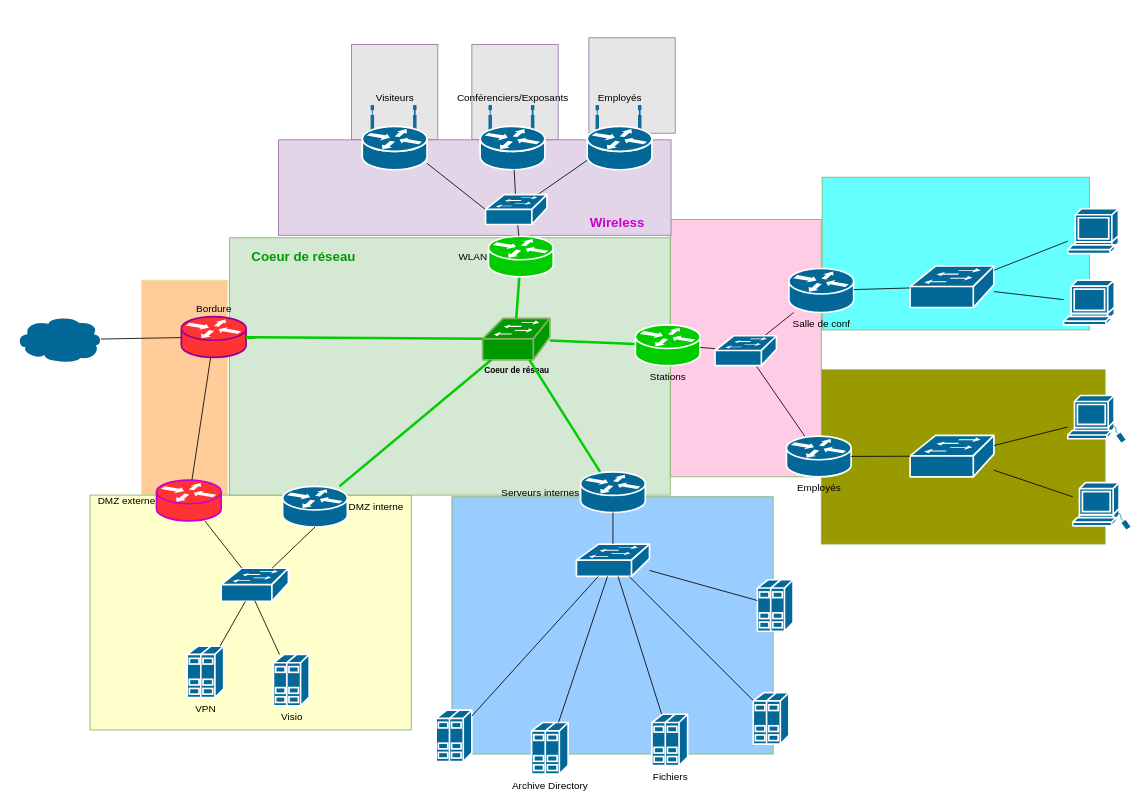
Before: page "Network_Topology" (2 of 2) of TP_2/schema.drawio in noraaguili/epsi-asrc-b2m2-tp2-projet, a draw.io diagram. Source tidied: cells renumbered, new cells numbered last; positions are measured from the earlier drawing's top-left corner, leaving out a move shared by most shapes. Both pictures are drawn from the tidied source at 83%, with x=0, y=0 at pixel (15, 37).
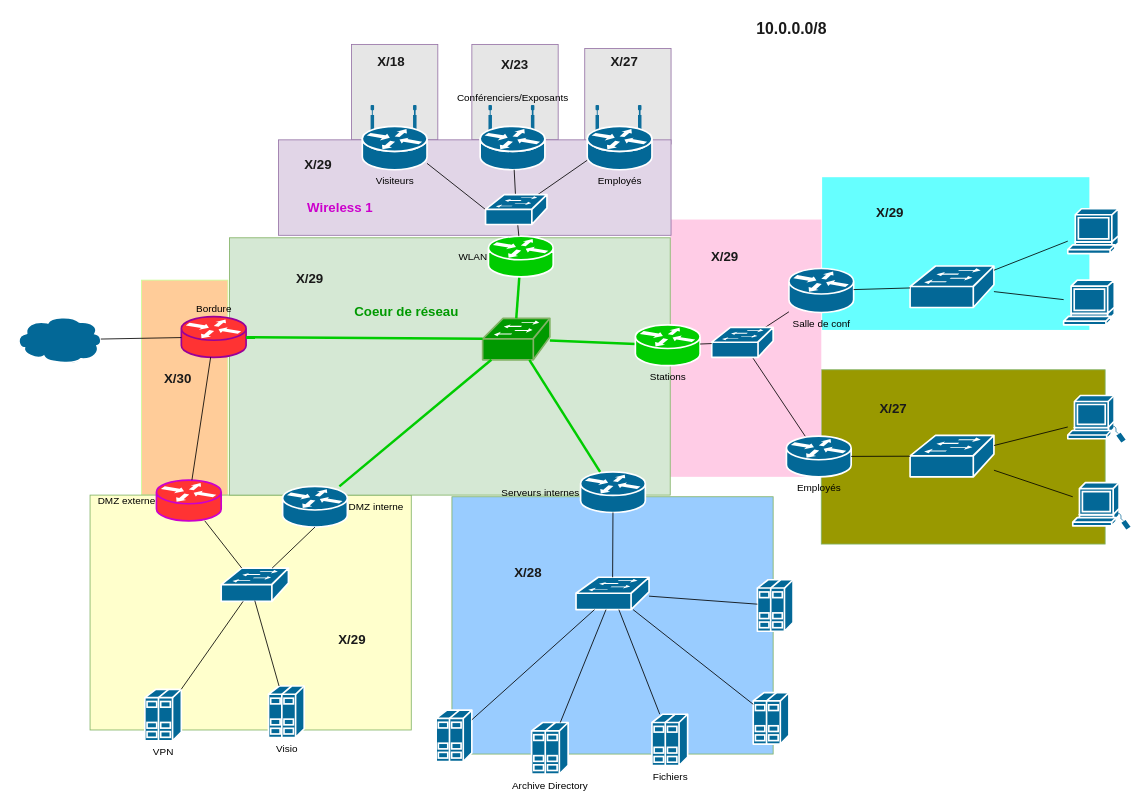
The same page after the edit.

Change to the diagram source:
```diff
@@
-    <mxCell id="4" style="rounded=0;whiteSpace=wrap;html=1;strokeColor=#82b366;fontSize=10;fillColor=#66FFFF;" parent="1" vertex="1">
+    <mxCell id="4" style="rounded=0;whiteSpace=wrap;html=1;strokeColor=none;fontSize=10;fillColor=#66FFFF;" parent="1" vertex="1">
       <mxGeometry x="972" y="168" width="322" height="184" as="geometry" />
     </mxCell>
-    <mxCell id="5" style="rounded=0;whiteSpace=wrap;html=1;strokeColor=#82b366;fontSize=10;fillColor=#FFCCE6;" parent="1" vertex="1">
+    <mxCell id="5" style="rounded=0;whiteSpace=wrap;html=1;strokeColor=none;fontSize=10;fillColor=#FFCCE6;" parent="1" vertex="1">
       <mxGeometry x="789" y="219" width="182" height="310" as="geometry" />
     </mxCell>
@@
     <mxCell id="10" style="rounded=0;whiteSpace=wrap;html=1;strokeColor=#9673a6;fontSize=10;fillColor=#E6E6E6;" parent="1" vertex="1">
-      <mxGeometry x="691" width="104" height="115" as="geometry" />
+      <mxGeometry x="686" y="13" width="104" height="115" as="geometry" />
     </mxCell>
@@
-    <mxCell id="13" value="Visiteurs" style="shape=mxgraph.cisco.routers.wireless_router;sketch=0;html=1;dashed=0;fillColor=#036897;strokeColor=#ffffff;strokeWidth=2;verticalLabelPosition=top;verticalAlign=bottom;align=center;outlineConnect=0;labelPosition=center;" parent="1" vertex="1">
+    <mxCell id="13" value="Visiteurs" style="shape=mxgraph.cisco.routers.wireless_router;sketch=0;html=1;dashed=0;fillColor=#036897;strokeColor=#ffffff;strokeWidth=2;verticalLabelPosition=bottom;verticalAlign=top;align=center;outlineConnect=0;labelPosition=center;" parent="1" vertex="1">
       <mxGeometry x="418" y="82" width="78" height="77" as="geometry" />
     </mxCell>
@@
     <mxCell id="28" style="shape=mxgraph.cisco.switches.workgroup_switch;sketch=0;html=1;dashed=0;fillColor=#036897;strokeColor=#ffffff;strokeWidth=2;verticalLabelPosition=bottom;verticalAlign=top;align=center;outlineConnect=0;" parent="1" vertex="1">
-      <mxGeometry x="676" y="610" width="88" height="39" as="geometry" />
+      <mxGeometry x="675.5" y="650" width="88" height="39" as="geometry" />
     </mxCell>
@@
     <mxCell id="39" value="Visio" style="shape=mxgraph.cisco.servers.standard_host;sketch=0;html=1;dashed=0;fillColor=#036897;strokeColor=#ffffff;strokeWidth=2;verticalLabelPosition=bottom;verticalAlign=top;align=center;outlineConnect=0;" parent="1" vertex="1">
-      <mxGeometry x="311" y="743" width="43" height="62" as="geometry" />
+      <mxGeometry x="305" y="781" width="43" height="62" as="geometry" />
     </mxCell>
     <mxCell id="40" value="VPN" style="shape=mxgraph.cisco.servers.standard_host;sketch=0;html=1;dashed=0;fillColor=#036897;strokeColor=#ffffff;strokeWidth=2;verticalLabelPosition=bottom;verticalAlign=top;align=center;outlineConnect=0;" parent="1" vertex="1">
-      <mxGeometry x="207" y="733" width="44" height="62" as="geometry" />
+      <mxGeometry x="156" y="785" width="44" height="62" as="geometry" />
     </mxCell>
@@
-    <mxCell id="47" value="Coeur de réseau" style="shape=mxgraph.cisco.switches.workgroup_switch;sketch=0;html=1;dashed=0;fillColor=#009900;strokeColor=#82b366;strokeWidth=2;verticalLabelPosition=bottom;verticalAlign=top;align=center;outlineConnect=0;labelPosition=center;fontSize=10;fontStyle=1;" parent="1" vertex="1">
+    <mxCell id="47" style="shape=mxgraph.cisco.switches.workgroup_switch;sketch=0;html=1;dashed=0;fillColor=#009900;strokeColor=#82b366;strokeWidth=2;verticalLabelPosition=bottom;verticalAlign=top;align=center;outlineConnect=0;labelPosition=center;fontSize=10;fontStyle=1;" parent="1" vertex="1">
       <mxGeometry x="563" y="338" width="81" height="50" as="geometry" />
     </mxCell>
@@
-    <mxCell id="52" value="Employés" style="shape=mxgraph.cisco.routers.wireless_router;sketch=0;html=1;dashed=0;fillColor=#036897;strokeColor=#ffffff;strokeWidth=2;verticalLabelPosition=top;verticalAlign=bottom;align=center;outlineConnect=0;labelPosition=center;" parent="1" vertex="1">
+    <mxCell id="52" value="Employés" style="shape=mxgraph.cisco.routers.wireless_router;sketch=0;html=1;dashed=0;fillColor=#036897;strokeColor=#ffffff;strokeWidth=2;verticalLabelPosition=bottom;verticalAlign=top;align=center;outlineConnect=0;labelPosition=center;" parent="1" vertex="1">
       <mxGeometry x="689" y="82" width="78" height="77" as="geometry" />
     </mxCell>
@@
     <mxCell id="69" value="&lt;b style=&quot;font-size: 16px;&quot;&gt;&lt;font color=&quot;#009900&quot; style=&quot;font-size: 16px;&quot;&gt;Coeur de réseau&lt;/font&gt;&lt;/b&gt;" style="text;html=1;strokeColor=none;fillColor=none;align=center;verticalAlign=middle;whiteSpace=wrap;rounded=0;fontSize=16;" parent="1" vertex="1">
-      <mxGeometry x="256" y="247.5" width="183" height="32" as="geometry" />
+      <mxGeometry x="380" y="314" width="183" height="32" as="geometry" />
     </mxCell>
-    <mxCell id="70" value="&lt;b style=&quot;font-size: 16px;&quot;&gt;&lt;font style=&quot;font-size: 16px;&quot;&gt;Wireless&lt;/font&gt;&lt;/b&gt;" style="text;html=1;strokeColor=none;fillColor=none;align=center;verticalAlign=middle;whiteSpace=wrap;rounded=0;fontSize=16;fontColor=#CC00CC;" parent="1" vertex="1">
-      <mxGeometry x="634" y="206" width="183" height="32" as="geometry" />
+    <mxCell id="70" value="&lt;b style=&quot;font-size: 16px;&quot;&gt;&lt;font style=&quot;font-size: 16px;&quot;&gt;Wireless 1&lt;/font&gt;&lt;/b&gt;" style="text;html=1;strokeColor=none;fillColor=none;align=center;verticalAlign=middle;whiteSpace=wrap;rounded=0;fontSize=16;fontColor=#CC00CC;" parent="1" vertex="1">
+      <mxGeometry x="300" y="189" width="183" height="32" as="geometry" />
     </mxCell>
     <mxCell id="71" style="shape=mxgraph.cisco.switches.workgroup_switch;sketch=0;html=1;dashed=0;fillColor=#036897;strokeColor=#ffffff;strokeWidth=2;verticalLabelPosition=bottom;verticalAlign=top;align=center;outlineConnect=0;" parent="1" vertex="1">
-      <mxGeometry x="843" y="359" width="74" height="36" as="geometry" />
+      <mxGeometry x="839" y="349" width="74" height="36" as="geometry" />
     </mxCell>
@@
+    <mxCell id="75" value="X/18" style="text;html=1;strokeColor=none;fillColor=none;align=center;verticalAlign=middle;whiteSpace=wrap;rounded=0;fontSize=16;fontColor=#1A1A1A;fontStyle=1;" parent="1" vertex="1">
+      <mxGeometry x="423" y="13" width="60" height="30" as="geometry" />
+    </mxCell>
+    <mxCell id="76" value="X/23" style="text;html=1;strokeColor=none;fillColor=none;align=center;verticalAlign=middle;whiteSpace=wrap;rounded=0;fontSize=16;fontColor=#1A1A1A;fontStyle=1;" parent="1" vertex="1">
+      <mxGeometry x="572" y="17" width="60" height="30" as="geometry" />
+    </mxCell>
+    <mxCell id="77" value="X/27" style="text;html=1;strokeColor=none;fillColor=none;align=center;verticalAlign=middle;whiteSpace=wrap;rounded=0;fontSize=16;fontColor=#1A1A1A;fontStyle=1;" parent="1" vertex="1">
+      <mxGeometry x="703.5" y="13" width="60" height="30" as="geometry" />
+    </mxCell>
+    <mxCell id="78" value="X/29" style="text;html=1;strokeColor=none;fillColor=none;align=center;verticalAlign=middle;whiteSpace=wrap;rounded=0;fontSize=16;fontColor=#1A1A1A;fontStyle=1;" parent="1" vertex="1">
+      <mxGeometry x="335" y="138" width="60" height="30" as="geometry" />
+    </mxCell>
+    <mxCell id="79" value="X/30" style="text;html=1;strokeColor=none;fillColor=none;align=center;verticalAlign=middle;whiteSpace=wrap;rounded=0;fontSize=16;fontColor=#1A1A1A;fontStyle=1;" parent="1" vertex="1">
+      <mxGeometry x="166" y="395" width="60" height="30" as="geometry" />
+    </mxCell>
+    <mxCell id="80" value="X/29" style="text;html=1;strokeColor=none;fillColor=none;align=center;verticalAlign=middle;whiteSpace=wrap;rounded=0;fontSize=16;fontColor=#1A1A1A;fontStyle=1;" parent="1" vertex="1">
+      <mxGeometry x="376" y="710" width="60" height="30" as="geometry" />
+    </mxCell>
+    <mxCell id="81" value="X/28&lt;br&gt;" style="text;html=1;strokeColor=none;fillColor=none;align=center;verticalAlign=middle;whiteSpace=wrap;rounded=0;fontSize=16;fontColor=#1A1A1A;fontStyle=1;" parent="1" vertex="1">
+      <mxGeometry x="588" y="629" width="60" height="30" as="geometry" />
+    </mxCell>
+    <mxCell id="82" value="X/27" style="text;html=1;strokeColor=none;fillColor=none;align=center;verticalAlign=middle;whiteSpace=wrap;rounded=0;fontSize=16;fontColor=#1A1A1A;fontStyle=1;" parent="1" vertex="1">
+      <mxGeometry x="1028" y="431" width="60" height="30" as="geometry" />
+    </mxCell>
+    <mxCell id="83" value="X/29&lt;br&gt;" style="text;html=1;strokeColor=none;fillColor=none;align=center;verticalAlign=middle;whiteSpace=wrap;rounded=0;fontSize=16;fontColor=#1A1A1A;fontStyle=1;" parent="1" vertex="1">
+      <mxGeometry x="1024" y="195" width="60" height="30" as="geometry" />
+    </mxCell>
+    <mxCell id="84" value="X/29&lt;br&gt;" style="text;html=1;strokeColor=none;fillColor=none;align=center;verticalAlign=middle;whiteSpace=wrap;rounded=0;fontSize=16;fontColor=#1A1A1A;fontStyle=1;" parent="1" vertex="1">
+      <mxGeometry x="825" y="248.5" width="60" height="30" as="geometry" />
+    </mxCell>
+    <mxCell id="85" value="X/29&lt;br&gt;" style="text;html=1;strokeColor=none;fillColor=none;align=center;verticalAlign=middle;whiteSpace=wrap;rounded=0;fontSize=16;fontColor=#1A1A1A;fontStyle=1;" parent="1" vertex="1">
+      <mxGeometry x="325" y="275" width="60" height="30" as="geometry" />
+    </mxCell>
+    <mxCell id="86" value="&lt;b style=&quot;font-size: 19px;&quot;&gt;10.0.0.0/8&lt;/b&gt;" style="text;html=1;strokeColor=none;fillColor=none;align=center;verticalAlign=middle;whiteSpace=wrap;rounded=0;fontSize=19;fontColor=#1A1A1A;" parent="1" vertex="1">
+      <mxGeometry x="880.5" y="-28" width="108.5" height="36" as="geometry" />
+    </mxCell>
```
